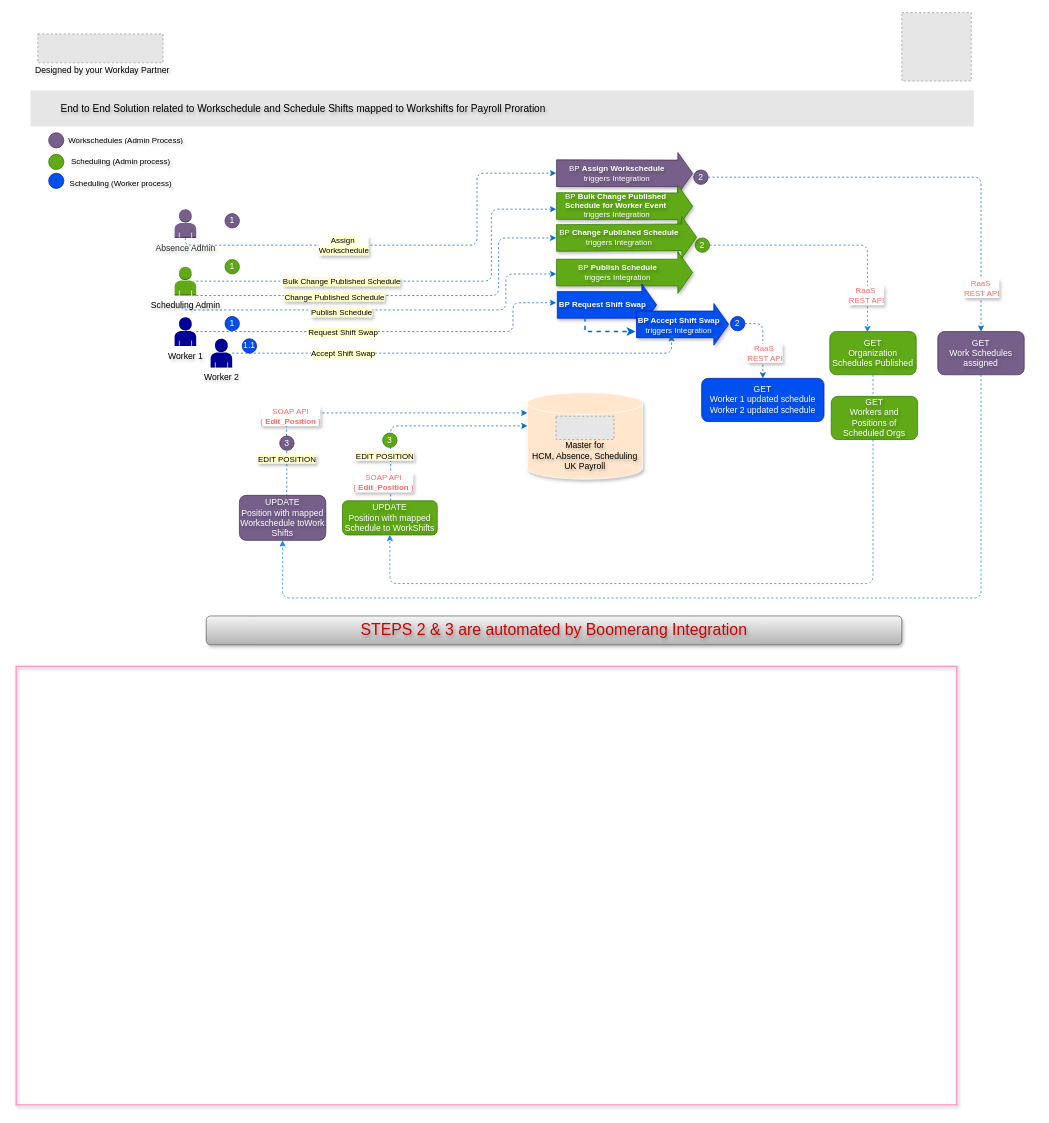
sandyaroma/sandyaroma keeps this draw.io diagram as Leonardo Hotels Boomerang v1.drawio. Above is the earlier version. Source tidied: cells renumbered, new cells numbered last; positions are measured from the earlier drawing's top-left corner, leaving out a move shared by most shapes. Both pictures are drawn from the tidied source at 72%, with x=0, y=0 at pixel (16, 12). Pictures stored in the file or linked from it are replaced by grey dashed boxes.
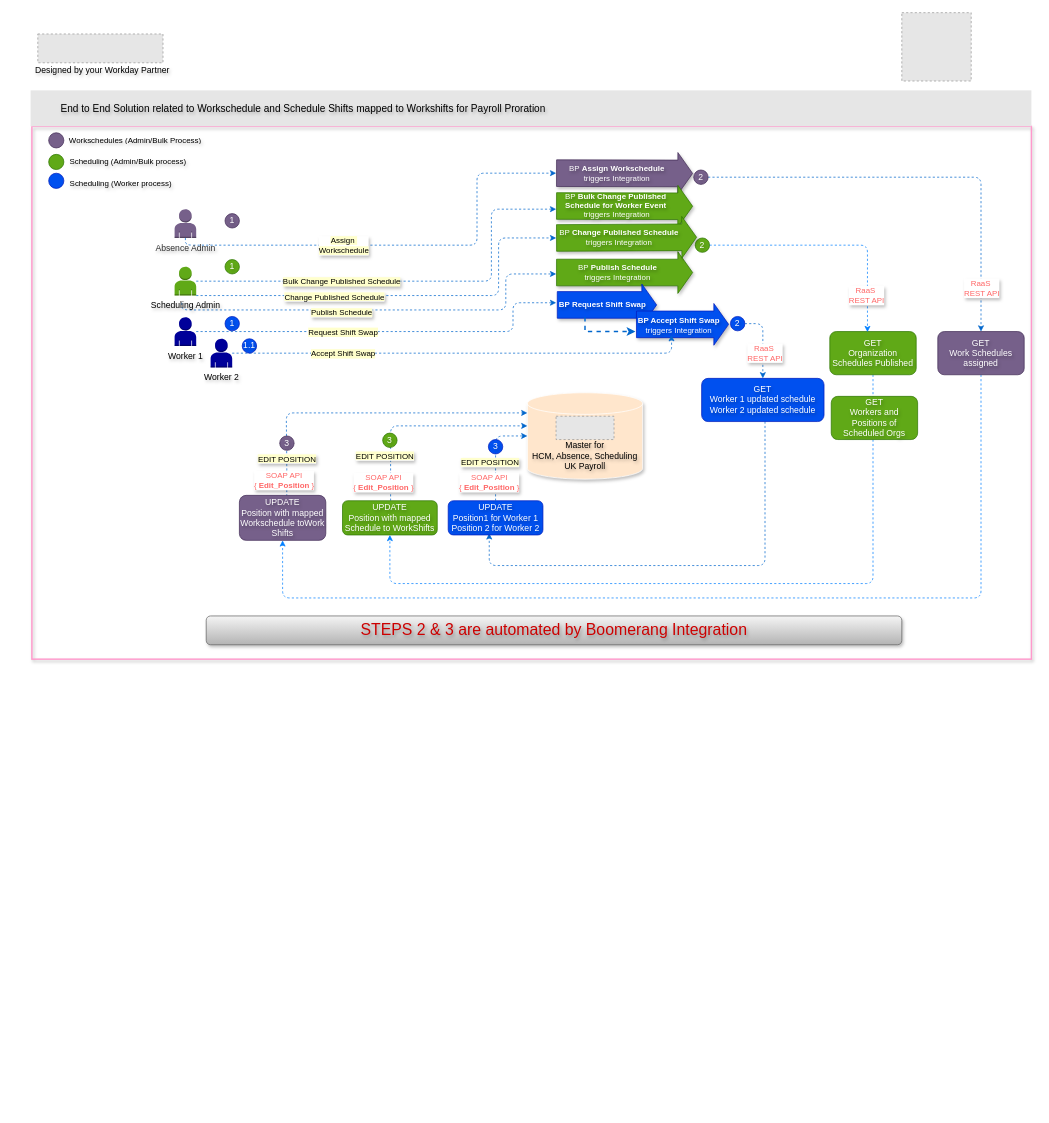
The same diagram, later.

Commit message (it also covers changes not shown here):
Mettre à jour Leonardo Hotels Boomerang v1.drawio

Unchanged cells that the change refers to:
```xml
<mxCell id="6" value="&lt;div&gt;&lt;br&gt;&lt;/div&gt;&lt;div&gt;&lt;br&gt;&lt;/div&gt;&lt;div&gt;&lt;span style=&quot;background-color: initial;&quot;&gt;Master for&lt;/span&gt;&lt;/div&gt;&lt;div&gt;&lt;span style=&quot;background-color: initial;&quot;&gt;HCM, Absence, Scheduling&lt;/span&gt;&lt;br&gt;&lt;/div&gt;&lt;div&gt;&lt;span style=&quot;background-color: initial;&quot;&gt;UK Payroll&lt;/span&gt;&lt;/div&gt;" style="shape=cylinder3;whiteSpace=wrap;html=1;boundedLbl=1;backgroundOutline=1;size=15;fillColor=#ffe6cc;strokeColor=#FFFFFF;shadow=1;textShadow=1;" parent="1" vertex="1">
  <mxGeometry x="710" y="528" width="160" height="120" as="geometry" />
</mxCell>
<mxCell id="72" value="GET&lt;div&gt;Worker 1 updated schedule&lt;/div&gt;&lt;div&gt;Worker 2 updated schedule&lt;/div&gt;" style="rounded=1;whiteSpace=wrap;html=1;fillColor=#0050ef;strokeColor=#001DBC;textShadow=1;fontColor=#ffffff;" parent="1" vertex="1">
  <mxGeometry x="952" y="508" width="170" height="60" as="geometry" />
</mxCell>
```

Diff of the diagram source:
```diff
@@
     <mxCell id="4" style="rounded=0;whiteSpace=wrap;html=1;fillColor=none;strokeWidth=2;strokeColor=#FF99CC;shadow=1;textShadow=1;" parent="1" vertex="1">
-      <mxGeometry y="908" width="1306.4" height="609" as="geometry" />
+      <mxGeometry x="21.8" y="158" width="1388.2" height="740" as="geometry" />
     </mxCell>
@@
     <mxCell id="11" value="&lt;blockquote style=&quot;margin: 0 0 0 40px; border: none; padding: 0px;&quot;&gt;&lt;font style=&quot;font-size: 14px;&quot;&gt;End to End Solution related to Workschedule and Schedule Shifts mapped to Workshifts for Payroll Proration&lt;/font&gt;&lt;/blockquote&gt;" style="text;html=1;align=left;verticalAlign=middle;whiteSpace=wrap;rounded=0;fillColor=#E6E6E6;textShadow=1;" parent="1" vertex="1">
-      <mxGeometry x="20" y="108" width="1310" height="50" as="geometry" />
+      <mxGeometry x="20" y="108" width="1390" height="50" as="geometry" />
     </mxCell>
@@
-    <mxCell id="13" value="&lt;font style=&quot;font-size: 11px;&quot;&gt;Workschedules&amp;nbsp;&lt;/font&gt;&lt;span style=&quot;font-size: 11px; background-color: transparent; color: light-dark(rgb(0, 0, 0), rgb(255, 255, 255));&quot;&gt;(Admin Process)&lt;/span&gt;" style="text;html=1;align=center;verticalAlign=middle;whiteSpace=wrap;rounded=0;textShadow=1;" parent="1" vertex="1">
-      <mxGeometry x="54.6" y="162.4" width="195.4" height="30" as="geometry" />
+    <mxCell id="13" value="&lt;font style=&quot;font-size: 11px;&quot;&gt;Workschedules&amp;nbsp;&lt;/font&gt;&lt;span style=&quot;font-size: 11px; background-color: transparent; color: light-dark(rgb(0, 0, 0), rgb(255, 255, 255));&quot;&gt;(Admin/Bulk Process)&lt;/span&gt;" style="text;html=1;align=center;verticalAlign=middle;whiteSpace=wrap;rounded=0;textShadow=1;" parent="1" vertex="1">
+      <mxGeometry x="68.5" y="162.4" width="195.4" height="30" as="geometry" />
     </mxCell>
-    <mxCell id="14" value="&lt;font style=&quot;font-size: 11px;&quot;&gt;Scheduling&amp;nbsp;&lt;/font&gt;&lt;span style=&quot;font-size: 11px; background-color: transparent; color: light-dark(rgb(0, 0, 0), rgb(255, 255, 255));&quot;&gt;(Admin process)&lt;/span&gt;" style="text;html=1;align=center;verticalAlign=middle;whiteSpace=wrap;rounded=0;textShadow=1;" parent="1" vertex="1">
-      <mxGeometry x="61.1" y="192.4" width="168.9" height="30" as="geometry" />
+    <mxCell id="14" value="&lt;font style=&quot;font-size: 11px;&quot;&gt;Scheduling&amp;nbsp;&lt;/font&gt;&lt;span style=&quot;font-size: 11px; background-color: transparent; color: light-dark(rgb(0, 0, 0), rgb(255, 255, 255));&quot;&gt;(Admin/Bulk process)&lt;/span&gt;" style="text;html=1;align=center;verticalAlign=middle;whiteSpace=wrap;rounded=0;textShadow=1;" parent="1" vertex="1">
+      <mxGeometry x="71.1" y="192.4" width="168.9" height="30" as="geometry" />
     </mxCell>
@@
     <mxCell id="30" value="&lt;font color=&quot;#ff6666&quot;&gt;SOAP API&lt;/font&gt;&lt;div&gt;&lt;font color=&quot;#ff6666&quot;&gt;{&amp;nbsp;&lt;b&gt;Edit_Position&amp;nbsp;&lt;/b&gt;}&lt;/font&gt;&lt;/div&gt;" style="edgeLabel;html=1;align=center;verticalAlign=middle;textShadow=1;" parent="1" vertex="1">
-      <mxGeometry x="194.9" y="543" as="geometry">
+      <mxGeometry x="185" y="632" as="geometry">
         <mxPoint x="186" y="17" as="offset" />
       </mxGeometry>
     </mxCell>
@@
+    <mxCell id="74" style="edgeStyle=orthogonalEdgeStyle;rounded=1;jettySize=auto;html=1;entryX=0.433;entryY=0.952;entryDx=0;entryDy=0;entryPerimeter=0;curved=0;dashed=1;strokeColor=#0066CC;" parent="1" edge="1" source="72" target="75">
+      <mxGeometry relative="1" as="geometry">
+        <Array as="points">
+          <mxPoint x="1040" y="768" />
+          <mxPoint x="657" y="768" />
+        </Array>
+      </mxGeometry>
+    </mxCell>
@@
+    <mxCell id="75" value="&lt;div&gt;UPDATE&lt;/div&gt;&lt;div&gt;Position1 for Worker 1&lt;/div&gt;&lt;div&gt;Position 2 for Worker 2&lt;/div&gt;" style="rounded=1;whiteSpace=wrap;html=1;fillColor=#0050ef;strokeColor=#001DBC;textShadow=1;fontColor=#ffffff;" parent="1" vertex="1">
+      <mxGeometry x="600" y="678" width="131.6" height="47.5" as="geometry" />
+    </mxCell>
+    <mxCell id="76" style="edgeStyle=orthogonalEdgeStyle;rounded=1;jettySize=auto;html=1;entryX=0;entryY=0.5;entryDx=0;entryDy=0;entryPerimeter=0;curved=0;dashed=1;strokeColor=#0066CC;" parent="1" edge="1" source="75" target="6">
+      <mxGeometry relative="1" as="geometry" />
+    </mxCell>
+    <mxCell id="77" value="&lt;font color=&quot;#ff6666&quot;&gt;SOAP API&lt;/font&gt;&lt;div&gt;&lt;font color=&quot;#ff6666&quot;&gt;{&amp;nbsp;&lt;b&gt;Edit_Position&amp;nbsp;&lt;/b&gt;}&lt;/font&gt;&lt;/div&gt;" style="edgeLabel;html=1;align=center;verticalAlign=middle;textShadow=1;" parent="1" vertex="1">
+      <mxGeometry x="470" y="635" as="geometry">
+        <mxPoint x="186" y="17" as="offset" />
+      </mxGeometry>
+    </mxCell>
+    <mxCell id="78" value="3" style="ellipse;whiteSpace=wrap;html=1;fillColor=#0050ef;strokeColor=#001DBC;fontColor=#ffffff;align=center;verticalAlign=middle;fontFamily=Helvetica;fontSize=12;textShadow=1;" parent="1" vertex="1">
+      <mxGeometry x="655.8" y="593" width="20" height="20" as="geometry" />
+    </mxCell>
+    <mxCell id="79" value="&lt;span style=&quot;background-color: rgb(255, 255, 204);&quot;&gt;EDIT POSITION&lt;/span&gt;" style="edgeLabel;html=1;align=center;verticalAlign=middle;textShadow=1;" parent="1" vertex="1">
+      <mxGeometry x="657.8" y="624" as="geometry" />
+    </mxCell>
```
